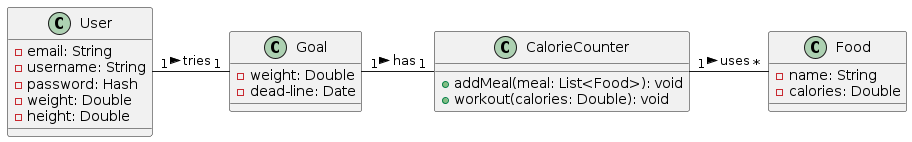
Above: images/structure.png in 2223-3bhif-syp/02-projekte-CalorieCounter (PlantUML), before the change.
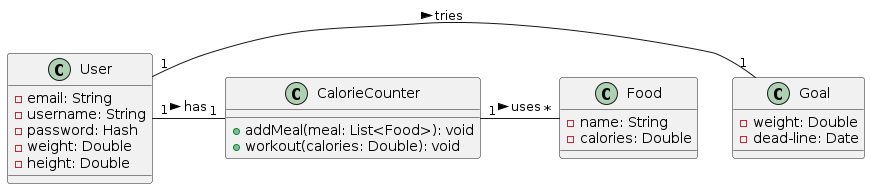
Above is the later version.

Change to the diagram source:
```diff
@@ -26,7 +26,7 @@
 }
 
 User "1" - "1" Goal : > tries
-Goal "1" - "1" CalorieCounter : > has
+User "1" - "1" CalorieCounter : > has
 CalorieCounter "1" - "*" Food : > uses
 
 @enduml
```
